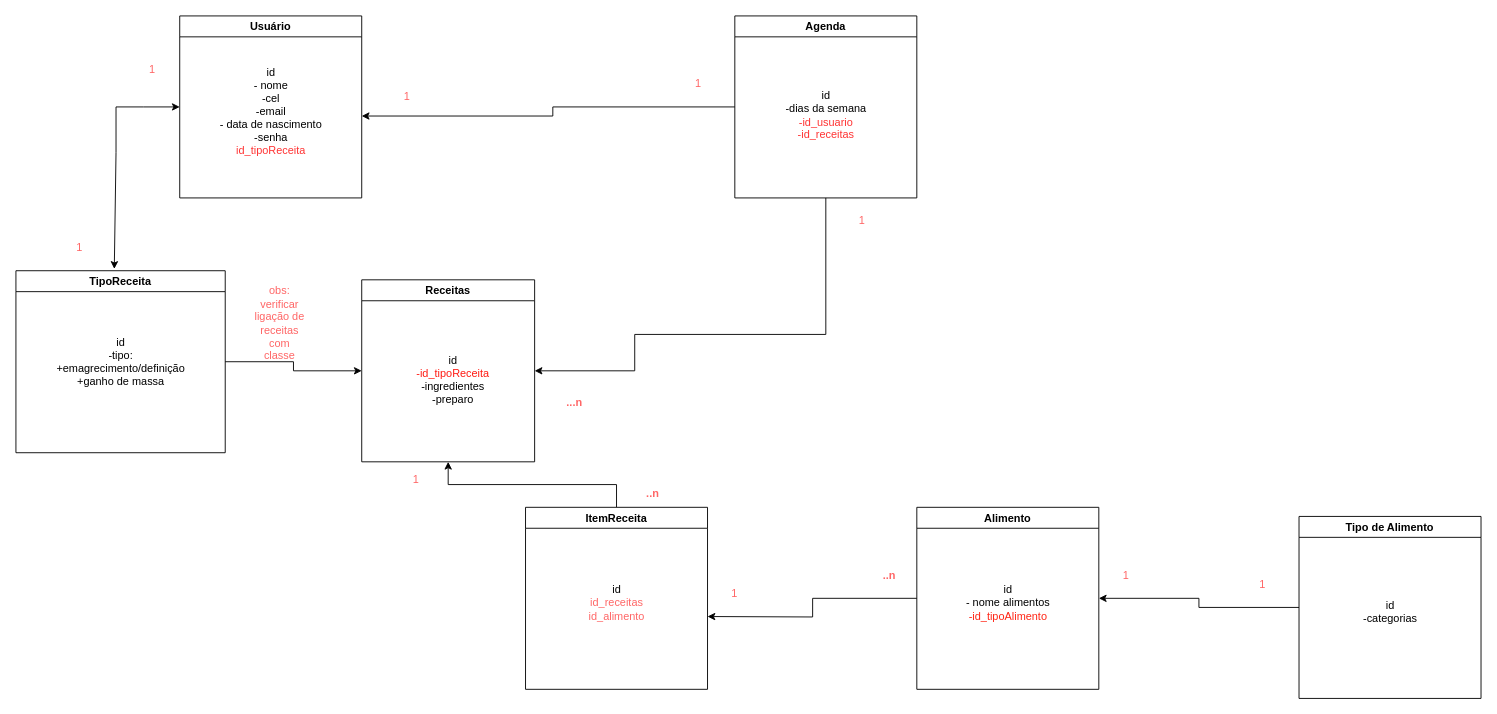
FelipeRoriz0/MakeYourdiet keeps this draw.io diagram as Documentacao/DiagramaBD2.drawio. Above is the earlier version. Source tidied: cells renumbered, new cells numbered last; positions are measured from the earlier drawing's top-left corner, leaving out a move shared by most shapes. Both pictures are drawn from the tidied source at 91%, with x=0, y=0 at pixel (15, 15).
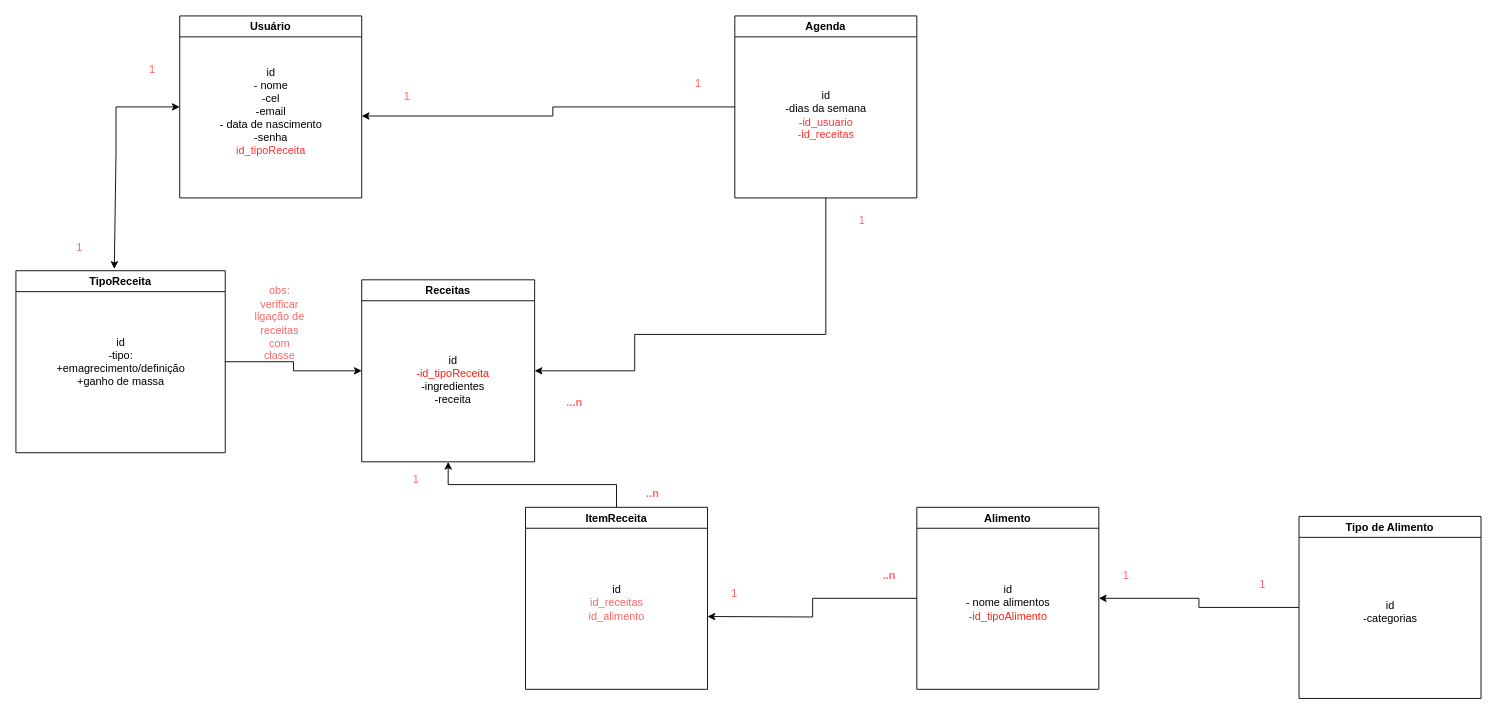
After the change.

Unchanged cells that the change refers to:
```xml
<mxCell id="10" value="Receitas" style="swimlane;" parent="1" vertex="1">
  <mxGeometry x="380" y="290" width="190" height="200" as="geometry" />
</mxCell>
```

The edit, as a diff of the source:
```diff
@@
-    <mxCell id="11" value="id&lt;br&gt;&lt;font color=&quot;#ff1a12&quot;&gt;-id_tipoReceita&lt;/font&gt;&lt;br&gt;-ingredientes&lt;br&gt;-preparo" style="text;html=1;align=center;verticalAlign=middle;strokeColor=none;fillColor=none;rotation=0;" parent="10" vertex="1">
+    <mxCell id="11" value="id&lt;br&gt;&lt;font color=&quot;#ff1a12&quot;&gt;-id_tipoReceita&lt;/font&gt;&lt;br&gt;-ingredientes&lt;br&gt;-receita" style="text;html=1;align=center;verticalAlign=middle;strokeColor=none;fillColor=none;rotation=0;" parent="10" vertex="1">
       <mxGeometry x="50" y="75" width="100" height="70" as="geometry" />
     </mxCell>
```
